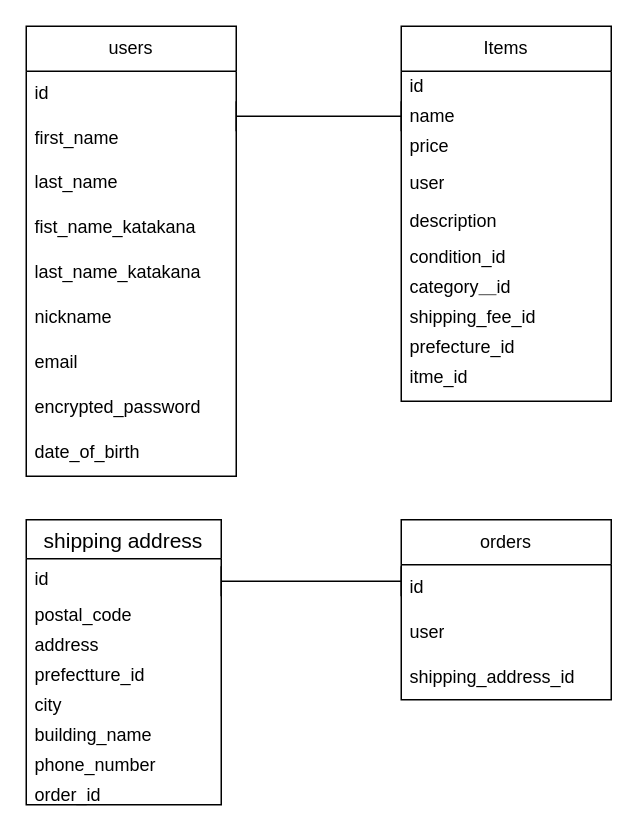
This is test.dio from yusukenemoto12345/furima39956_2, a draw.io file, before an edit. Source tidied: cells renumbered, new cells numbered last; positions are measured from the earlier drawing's top-left corner, leaving out a move shared by most shapes. Both pictures are drawn from the tidied source at 150%, with x=0, y=0 at pixel (26, 26).
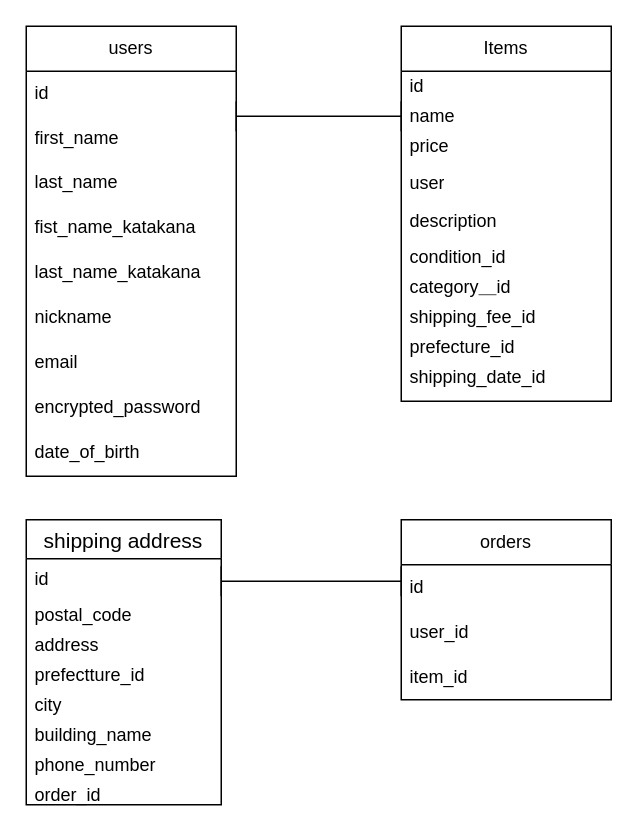
Above is the later version.

Commit message (it also covers changes not shown here):
データベース設計１４

Unchanged cells that the change refers to:
```xml
<mxCell id="2" value="Items" style="swimlane;fontStyle=0;horizontal=1;startSize=30;whiteSpace=wrap;html=1;" parent="1" vertex="1">
  <mxGeometry x="250" width="140" height="250" as="geometry" />
</mxCell>
<mxCell id="23" value="orders" style="swimlane;fontStyle=0;horizontal=1;startSize=30;whiteSpace=wrap;html=1;" parent="1" vertex="1">
  <mxGeometry x="250" y="329" width="140" height="120" as="geometry" />
</mxCell>
```

What changed in the source:
```diff
@@
-    <mxCell id="12" value="itme_id" style="text;strokeColor=none;fillColor=none;spacingLeft=4;spacingRight=4;overflow=hidden;fontSize=12;" parent="2" vertex="1">
+    <mxCell id="12" value="shipping_date_id" style="text;strokeColor=none;fillColor=none;spacingLeft=4;spacingRight=4;overflow=hidden;fontSize=12;" parent="2" vertex="1">
       <mxGeometry y="220" width="140" height="30" as="geometry" />
     </mxCell>
@@
-    <mxCell id="25" value="user" style="text;strokeColor=none;fillColor=none;align=left;verticalAlign=middle;spacingLeft=4;spacingRight=4;overflow=hidden;whiteSpace=wrap;html=1;" parent="23" vertex="1">
+    <mxCell id="25" value="user_id" style="text;strokeColor=none;fillColor=none;align=left;verticalAlign=middle;spacingLeft=4;spacingRight=4;overflow=hidden;whiteSpace=wrap;html=1;" parent="23" vertex="1">
       <mxGeometry y="60" width="140" height="30" as="geometry" />
     </mxCell>
-    <mxCell id="26" value="shipping_address_id" style="text;strokeColor=none;fillColor=none;align=left;verticalAlign=middle;spacingLeft=4;spacingRight=4;overflow=hidden;whiteSpace=wrap;html=1;" parent="23" vertex="1">
+    <mxCell id="26" value="item_id" style="text;strokeColor=none;fillColor=none;align=left;verticalAlign=middle;spacingLeft=4;spacingRight=4;overflow=hidden;whiteSpace=wrap;html=1;" parent="23" vertex="1">
       <mxGeometry y="90" width="140" height="30" as="geometry" />
     </mxCell>
```
